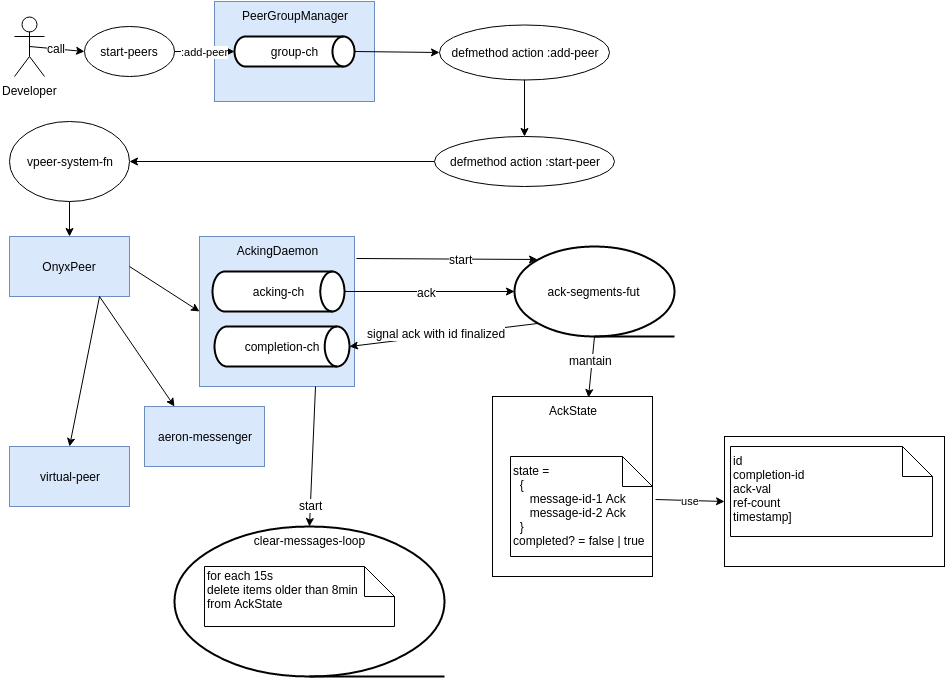
Earlier version of the draw.io export img/start-peers.png (mariusz-jachimowicz-83/mastering-onyx-book). Source tidied: cells renumbered, new cells last; positions are measured from the earlier drawing's top-left corner, leaving out a move shared by most shapes.
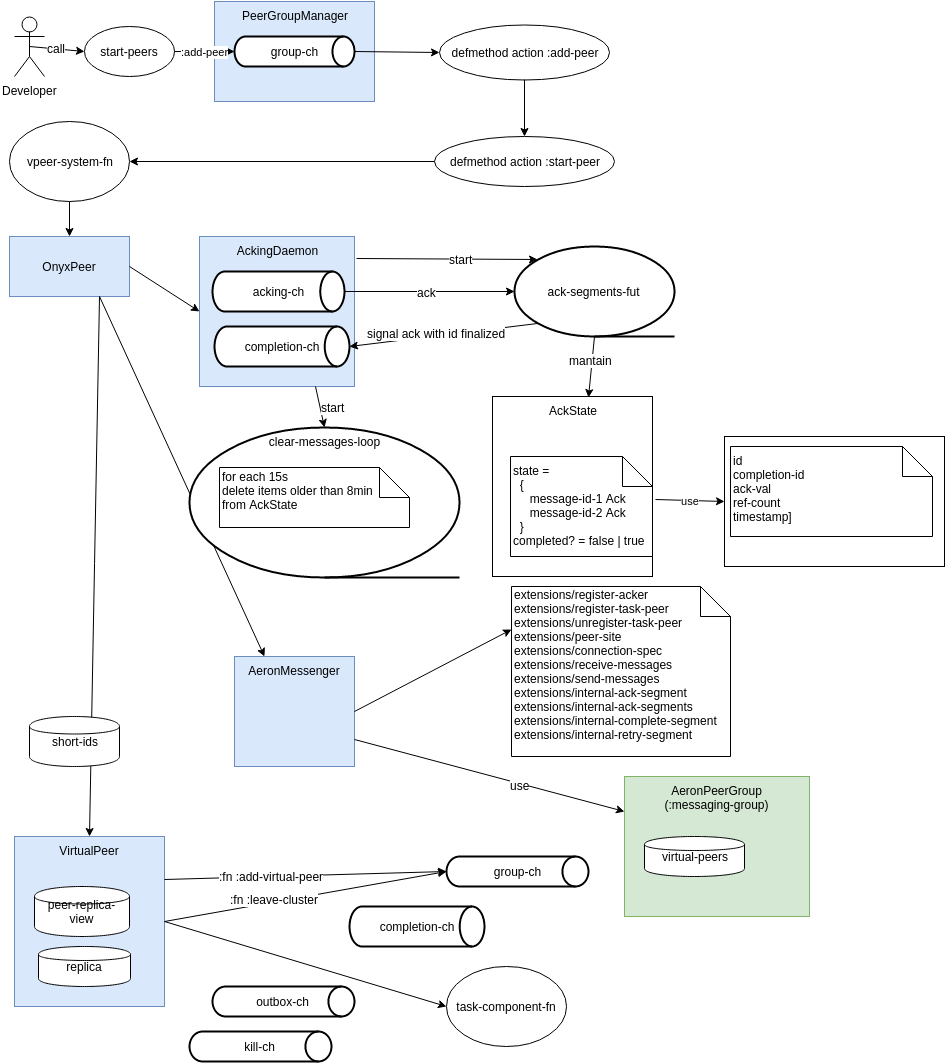
After the commit.

Commit message:
update start peers diagram

Change to the diagram source:
```diff
@@ -50,11 +50,11 @@
     <mxCell id="17" value="AckingDaemon" style="whiteSpace=wrap;html=1;align=center;fillColor=#dae8fc;strokeColor=#6c8ebf;verticalAlign=top;" parent="1" vertex="1">
       <mxGeometry x="190" y="235" width="155" height="150" as="geometry" />
     </mxCell>
-    <mxCell id="18" value="aeron-messenger" style="whiteSpace=wrap;html=1;align=center;fillColor=#dae8fc;strokeColor=#6c8ebf;" parent="1" vertex="1">
-      <mxGeometry x="135" y="405" width="120" height="60" as="geometry" />
+    <mxCell id="18" value="AeronMessenger" style="whiteSpace=wrap;html=1;align=center;fillColor=#dae8fc;strokeColor=#6c8ebf;verticalAlign=top;" parent="1" vertex="1">
+      <mxGeometry x="225" y="655" width="120" height="110" as="geometry" />
     </mxCell>
-    <mxCell id="19" value="virtual-peer" style="whiteSpace=wrap;html=1;align=center;fillColor=#dae8fc;strokeColor=#6c8ebf;" parent="1" vertex="1">
-      <mxGeometry y="445" width="120" height="60" as="geometry" />
+    <mxCell id="19" value="VirtualPeer" style="whiteSpace=wrap;html=1;align=center;fillColor=#dae8fc;strokeColor=#6c8ebf;verticalAlign=top;" parent="1" vertex="1">
+      <mxGeometry x="5" y="835" width="150" height="170" as="geometry" />
     </mxCell>
     <mxCell id="20" style="endArrow=classic;html=1;exitX=1;exitY=0.5;entryX=0;entryY=0.5;" parent="1" edge="1" source="15" target="17">
       <mxGeometry relative="1" as="geometry" />
@@ -75,7 +75,7 @@
       <mxGeometry x="505" y="245" width="160" height="90" as="geometry" />
     </mxCell>
     <mxCell id="26" value="clear-messages-loop" style="strokeWidth=2;html=1;shape=mxgraph.flowchart.sequential_data;whiteSpace=wrap;align=center;verticalAlign=top;" parent="1" vertex="1">
-      <mxGeometry x="165" y="525" width="270" height="150" as="geometry" />
+      <mxGeometry x="180" y="426" width="270" height="150" as="geometry" />
     </mxCell>
     <mxCell id="27" style="endArrow=classic;html=1;exitX=1;exitY=0.5;exitPerimeter=0;entryX=0;entryY=0.5;entryPerimeter=0;" parent="1" edge="1" source="24" target="25">
       <mxGeometry relative="1" as="geometry" />
@@ -122,10 +122,71 @@
       <mxGeometry relative="1" as="geometry" />
     </mxCell>
     <mxCell id="41" value="start" style="text;html=1;align=center;verticalAlign=middle;labelBackgroundColor=#ffffff;" parent="40" vertex="1">
-      <mxGeometry x="0.7" relative="1" as="geometry" />
+      <mxGeometry x="0.7" relative="1" as="geometry">
+        <mxPoint x="9" y="-15" as="offset" />
+      </mxGeometry>
     </mxCell>
     <mxCell id="42" value="for each 15s&lt;div&gt;delete items older than 8min&lt;/div&gt;&lt;div&gt;from AckState&lt;/div&gt;&lt;div&gt;&lt;br&gt;&lt;/div&gt;" style="shape=note;whiteSpace=wrap;html=1;align=left;" parent="1" vertex="1">
-      <mxGeometry x="195" y="565" width="190" height="60" as="geometry" />
+      <mxGeometry x="210" y="466" width="190" height="60" as="geometry" />
     </mxCell>
+    <mxCell id="43" value="short-ids" style="shape=cylinder;whiteSpace=wrap;html=1;align=center;" parent="1" vertex="1">
+      <mxGeometry x="20" y="715" width="90" height="50" as="geometry" />
+    </mxCell>
+    <mxCell id="44" value="&lt;div style=&quot;text-align: left&quot;&gt;&lt;span style=&quot;line-height: 1.2&quot;&gt;extensions/register-acker&lt;/span&gt;&lt;/div&gt;&lt;div style=&quot;text-align: left&quot;&gt;extensions/register-task-peer&lt;br&gt;&lt;/div&gt;&lt;div style=&quot;text-align: left&quot;&gt;extensions/unregister-task-peer&lt;br&gt;&lt;/div&gt;&lt;div style=&quot;text-align: left&quot;&gt;extensions/peer-site&lt;br&gt;&lt;/div&gt;&lt;div style=&quot;text-align: left&quot;&gt;extensions/connection-spec&lt;br&gt;&lt;/div&gt;&lt;div style=&quot;text-align: left&quot;&gt;extensions/receive-messages&lt;br&gt;&lt;/div&gt;&lt;div style=&quot;text-align: left&quot;&gt;extensions/send-messages&lt;br&gt;&lt;/div&gt;&lt;div style=&quot;text-align: left&quot;&gt;extensions/internal-ack-segment&lt;br&gt;&lt;/div&gt;&lt;div style=&quot;text-align: left&quot;&gt;extensions/internal-ack-segments&lt;br&gt;&lt;/div&gt;&lt;div style=&quot;text-align: left&quot;&gt;extensions/internal-complete-segment&lt;br&gt;&lt;/div&gt;&lt;div style=&quot;text-align: left&quot;&gt;extensions/internal-retry-segment&lt;br&gt;&lt;/div&gt;&lt;div style=&quot;text-align: left&quot;&gt;&lt;br&gt;&lt;/div&gt;" style="shape=note;whiteSpace=wrap;html=1;align=left;" parent="1" vertex="1">
+      <mxGeometry x="502" y="585" width="219" height="170" as="geometry" />
+    </mxCell>
+    <mxCell id="45" style="endArrow=classic;html=1;exitX=1;exitY=0.5;entryX=0;entryY=0.25;" parent="1" edge="1" source="18" target="44">
+      <mxGeometry relative="1" as="geometry" />
+    </mxCell>
+    <mxCell id="46" value="AeronPeerGroup&lt;div&gt;(:messaging-group)&lt;/div&gt;" style="whiteSpace=wrap;html=1;align=center;fillColor=#d5e8d4;strokeColor=#82b366;verticalAlign=top;" parent="1" vertex="1">
+      <mxGeometry x="615" y="775" width="185" height="140" as="geometry" />
+    </mxCell>
+    <mxCell id="47" style="endArrow=classic;html=1;exitX=1;exitY=0.75;entryX=0;entryY=0.25;" parent="1" edge="1" source="18" target="46">
+      <mxGeometry relative="1" as="geometry" />
+    </mxCell>
+    <mxCell id="48" value="use" style="text;html=1;align=center;verticalAlign=middle;labelBackgroundColor=#ffffff;" parent="47" vertex="1">
+      <mxGeometry x="0.22" y="-1" relative="1" as="geometry" />
+    </mxCell>
+    <mxCell id="49" value="virtual-peers" style="shape=cylinder;whiteSpace=wrap;html=1;align=center;" parent="1" vertex="1">
+      <mxGeometry x="635" y="835" width="100" height="40" as="geometry" />
+    </mxCell>
+    <mxCell id="50" value="task-component-fn" style="ellipse;whiteSpace=wrap;html=1;align=center;" parent="1" vertex="1">
+      <mxGeometry x="437" y="965" width="120" height="80" as="geometry" />
+    </mxCell>
+    <mxCell id="51" style="endArrow=classic;html=1;exitX=1;exitY=0.5;entryX=0;entryY=0.5;" parent="1" edge="1" source="19" target="50">
+      <mxGeometry relative="1" as="geometry" />
+    </mxCell>
+    <mxCell id="52" value="peer-replica-view" style="shape=cylinder;whiteSpace=wrap;html=1;align=center;" parent="1" vertex="1">
+      <mxGeometry x="25" y="885" width="95" height="50" as="geometry" />
+    </mxCell>
+    <mxCell id="53" value="replica" style="shape=cylinder;whiteSpace=wrap;html=1;align=center;" parent="1" vertex="1">
+      <mxGeometry x="29" y="945" width="92" height="40" as="geometry" />
+    </mxCell>
+    <mxCell id="54" value="outbox-ch" style="strokeWidth=2;html=1;shape=mxgraph.flowchart.direct_data;whiteSpace=wrap;align=center;" parent="1" vertex="1">
+      <mxGeometry x="203" y="985" width="142" height="30" as="geometry" />
+    </mxCell>
+    <mxCell id="55" value="kill-ch" style="strokeWidth=2;html=1;shape=mxgraph.flowchart.direct_data;whiteSpace=wrap;align=center;" parent="1" vertex="1">
+      <mxGeometry x="180" y="1030" width="142" height="30" as="geometry" />
+    </mxCell>
+    <mxCell id="56" value="group-ch" style="strokeWidth=2;html=1;shape=mxgraph.flowchart.direct_data;whiteSpace=wrap;align=center;" parent="1" vertex="1">
+      <mxGeometry x="437" y="855" width="142" height="30" as="geometry" />
+    </mxCell>
+    <mxCell id="57" style="endArrow=classic;html=1;exitX=1;exitY=0.25;entryX=0;entryY=0.5;entryPerimeter=0;" parent="1" edge="1" source="19" target="56">
+      <mxGeometry relative="1" as="geometry" />
+    </mxCell>
+    <mxCell id="58" value=":fn :add-virtual-peer" style="text;html=1;align=center;verticalAlign=middle;labelBackgroundColor=#ffffff;" parent="57" vertex="1">
+      <mxGeometry x="-0.24" relative="1" as="geometry" />
+    </mxCell>
+    <mxCell id="59" style="endArrow=classic;html=1;exitX=1;exitY=0.5;entryX=0;entryY=0.5;entryPerimeter=0;" parent="1" edge="1" source="19" target="56">
+      <mxGeometry relative="1" as="geometry" />
+    </mxCell>
+    <mxCell id="60" value=":fn :leave-cluster" style="text;html=1;align=center;verticalAlign=middle;labelBackgroundColor=#ffffff;" parent="59" vertex="1">
+      <mxGeometry x="-0.22" y="2" relative="1" as="geometry">
+        <mxPoint y="-1" as="offset" />
+      </mxGeometry>
+    </mxCell>
+    <mxCell id="61" value="completion-ch" style="strokeWidth=2;html=1;shape=mxgraph.flowchart.direct_data;whiteSpace=wrap;align=center;" parent="1" vertex="1">
+      <mxGeometry x="340" y="905" width="135" height="40" as="geometry" />
+    </mxCell>
   </root>
 </mxGraphModel>
```
